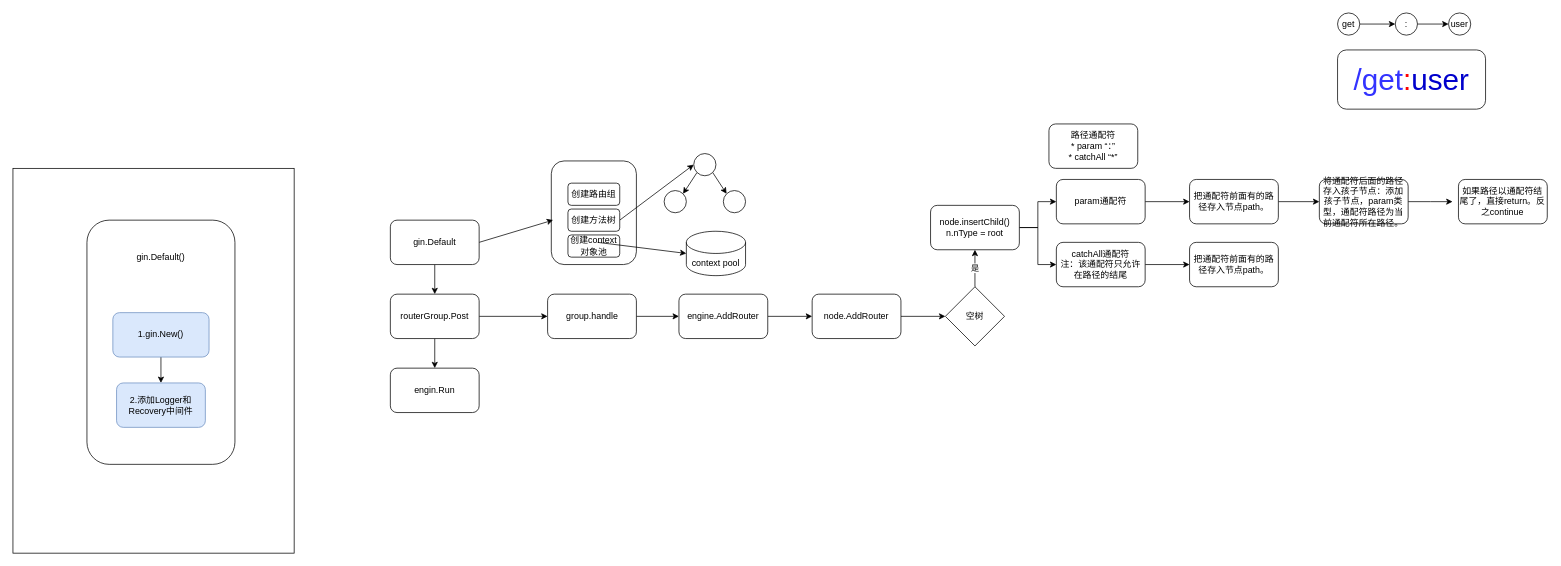
This is gin框架源码图.drawio from lishuai-0/picture_source_file_draw_io, a draw.io file, before an edit. Source tidied: cells renumbered, new cells numbered last; positions are measured from the earlier drawing's top-left corner, leaving out a move shared by most shapes. Both pictures are drawn from the tidied source at 74%, with x=0, y=0 at pixel (13, 13).
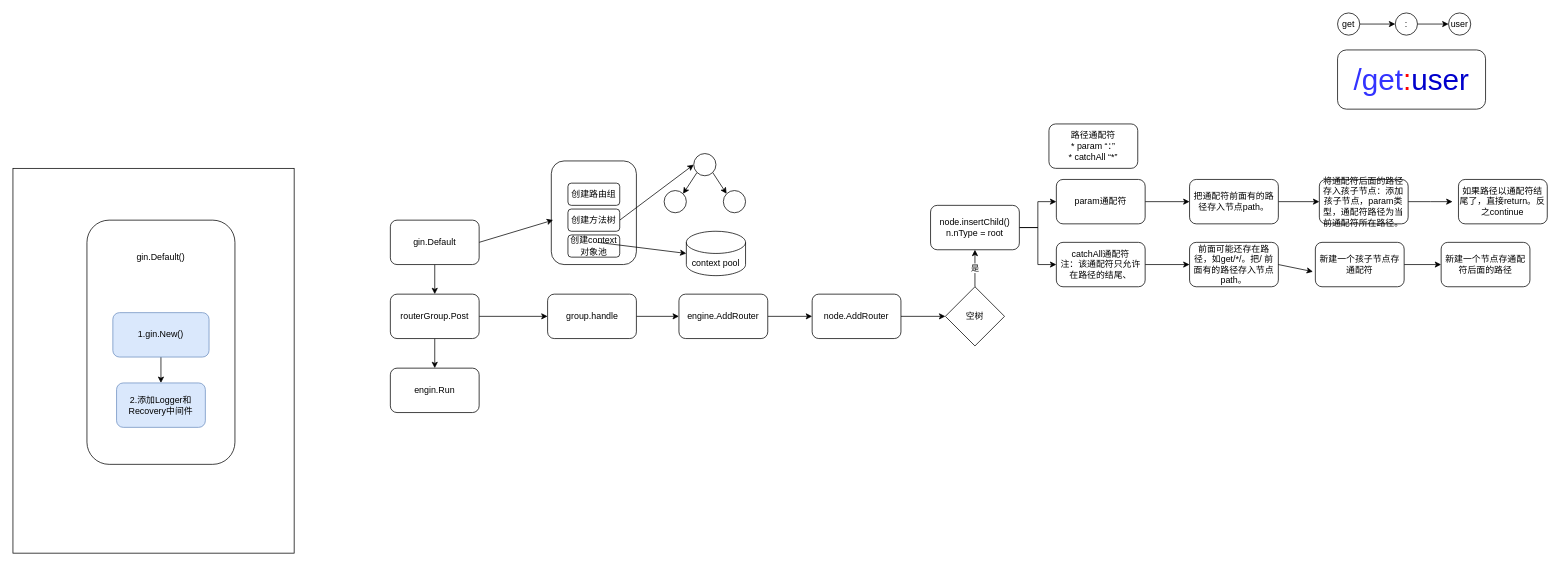
The same diagram, later.

Commit message (it also covers changes not shown here):
更新gin框架源码图.drawio

The edit, as a diff of the source:
```diff
@@
-    <mxCell id="54" value="catchAll通配符&lt;div&gt;注：该通配符只允许在路径的结尾&lt;/div&gt;" style="rounded=1;whiteSpace=wrap;html=1;" parent="1" vertex="1">
+    <mxCell id="54" value="catchAll通配符&lt;div&gt;注：该通配符只允许在路径的结尾、&lt;/div&gt;" style="rounded=1;whiteSpace=wrap;html=1;" parent="1" vertex="1">
       <mxGeometry x="1410" y="310" width="120" height="60" as="geometry" />
     </mxCell>
-    <mxCell id="55" value="把通配符前面有的路径存入节点path。" style="rounded=1;whiteSpace=wrap;html=1;" parent="1" vertex="1">
+    <mxCell id="55" value="前面可能还存在路径，如get/*/。把/ 前面有的路径存入节点path。" style="rounded=1;whiteSpace=wrap;html=1;" parent="1" vertex="1">
       <mxGeometry x="1590" y="310" width="120" height="60" as="geometry" />
     </mxCell>
+    <mxCell id="56" style="edgeStyle=orthogonalEdgeStyle;rounded=0;jettySize=auto;html=1;exitX=1;exitY=0.5;exitDx=0;exitDy=0;" parent="1" edge="1" source="57" target="59">
+      <mxGeometry relative="1" as="geometry" />
+    </mxCell>
+    <mxCell id="57" value="新建一个孩子节点存通配符" style="rounded=1;whiteSpace=wrap;html=1;" parent="1" vertex="1">
+      <mxGeometry x="1760" y="310" width="120" height="60" as="geometry" />
+    </mxCell>
+    <mxCell id="58" style="rounded=0;jettySize=auto;html=1;exitX=1;exitY=0.5;exitDx=0;exitDy=0;entryX=-0.027;entryY=0.66;entryDx=0;entryDy=0;entryPerimeter=0;" parent="1" edge="1" source="55" target="57">
+      <mxGeometry relative="1" as="geometry" />
+    </mxCell>
+    <mxCell id="59" value="新建一个节点存通配符后面的路径" style="rounded=1;whiteSpace=wrap;html=1;" parent="1" vertex="1">
+      <mxGeometry x="1930" y="310" width="120" height="60" as="geometry" />
+    </mxCell>
```
